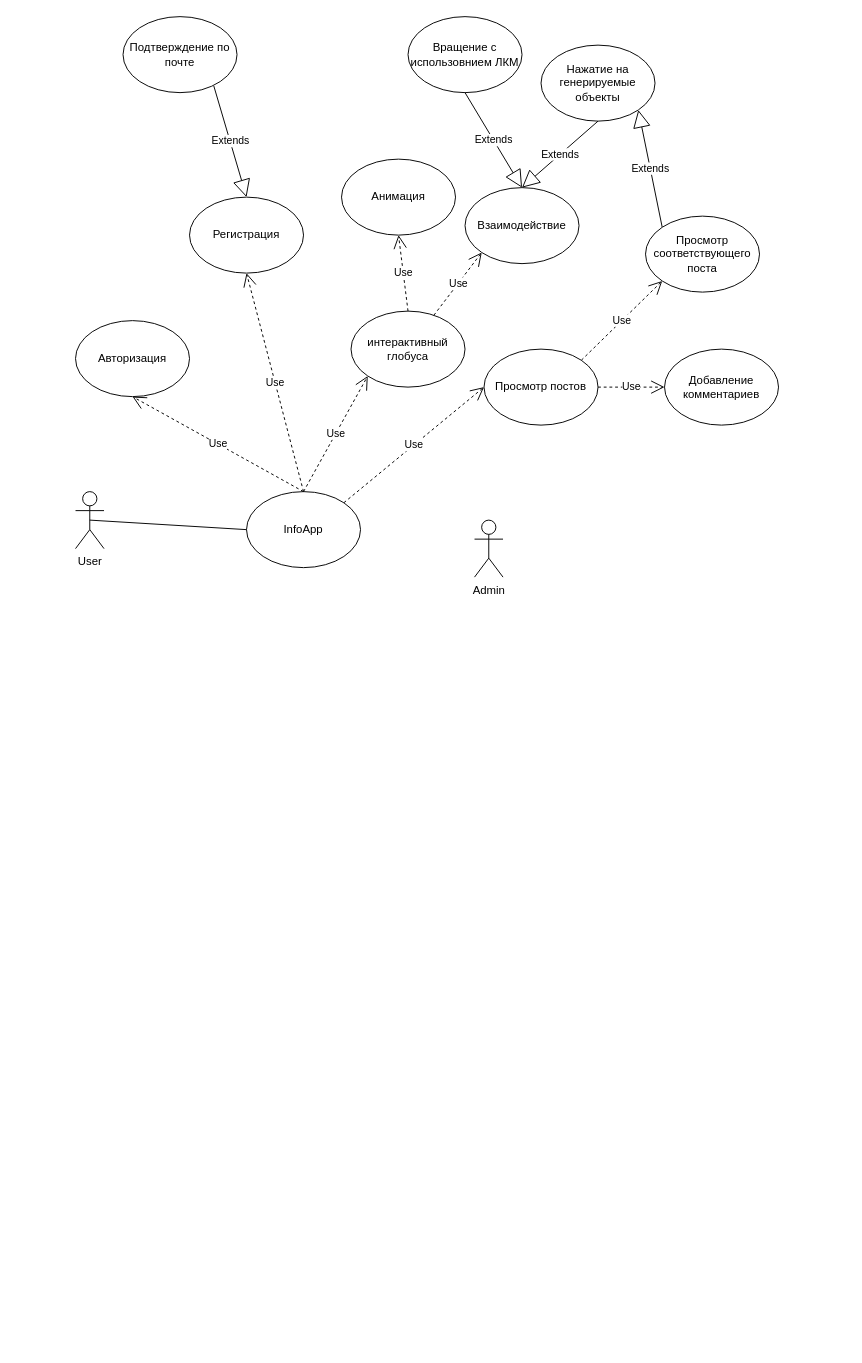
DarkReduX/Diagrams-for-projects keeps this draw.io diagram as ДВИ КПиЯП.drawio. Above is the earlier version. Source tidied: cells renumbered, new cells numbered last; positions are measured from the earlier drawing's top-left corner, leaving out a move shared by most shapes. Both pictures are drawn from the tidied source at 95%, with x=0, y=0 at pixel (75, 16).
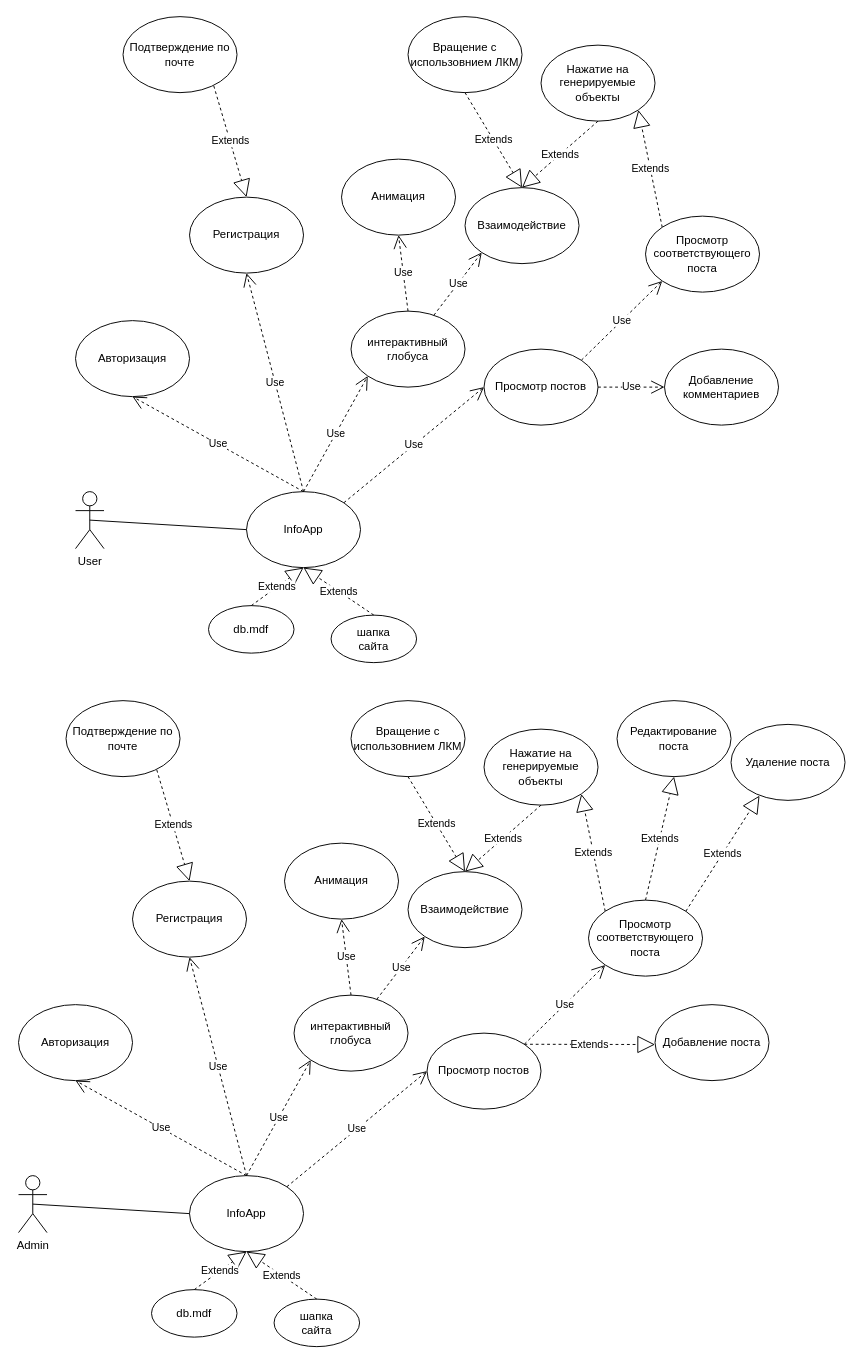
The same page after the edit.

Unchanged cells that the change refers to:
```xml
<mxCell id="3" value="InfoApp" style="ellipse;whiteSpace=wrap;html=1;" parent="1" vertex="1">
  <mxGeometry x="180" y="500" width="120" height="80" as="geometry" />
</mxCell>
<mxCell id="7" value="Регистрация" style="ellipse;whiteSpace=wrap;html=1;" parent="1" vertex="1">
  <mxGeometry x="120" y="190" width="120" height="80" as="geometry" />
</mxCell>
<mxCell id="13" value="Взаимодействие" style="ellipse;whiteSpace=wrap;html=1;" parent="1" vertex="1">
  <mxGeometry x="410" y="180" width="120" height="80" as="geometry" />
</mxCell>
<mxCell id="16" value="Вращение с использовнием ЛКМ" style="ellipse;whiteSpace=wrap;html=1;" parent="1" vertex="1">
  <mxGeometry x="350" width="120" height="80" as="geometry" />
</mxCell>
<mxCell id="17" value="Нажатие на генерируемые объекты" style="ellipse;whiteSpace=wrap;html=1;" parent="1" vertex="1">
  <mxGeometry x="490" y="30" width="120" height="80" as="geometry" />
</mxCell>
<mxCell id="20" value="Просмотр соответствующего поста" style="ellipse;whiteSpace=wrap;html=1;" parent="1" vertex="1">
  <mxGeometry x="600" y="210" width="120" height="80" as="geometry" />
</mxCell>
<mxCell id="21" value="Подтверждение по почте" style="ellipse;whiteSpace=wrap;html=1;" parent="1" vertex="1">
  <mxGeometry x="50" width="120" height="80" as="geometry" />
</mxCell>
```

The edit, as a diff of the source:
```diff
@@
-    <mxCell id="15" value="Extends" style="endArrow=block;endSize=16;endFill=0;html=1;entryX=0.5;entryY=0;entryDx=0;entryDy=0;exitX=0.5;exitY=1;exitDx=0;exitDy=0;" parent="1" edge="1" source="16" target="13">
+    <mxCell id="15" value="Extends" style="endArrow=block;endSize=16;endFill=0;html=1;entryX=0.5;entryY=0;entryDx=0;entryDy=0;exitX=0.5;exitY=1;exitDx=0;exitDy=0;dashed=1;" parent="1" edge="1" source="16" target="13">
       <mxGeometry relative="1" as="geometry" />
     </mxCell>
@@
-    <mxCell id="18" value="Extends" style="endArrow=block;endSize=16;endFill=0;html=1;entryX=0.5;entryY=0;entryDx=0;entryDy=0;exitX=0.5;exitY=1;exitDx=0;exitDy=0;" parent="1" edge="1" source="17" target="13">
+    <mxCell id="18" value="Extends" style="endArrow=block;endSize=16;endFill=0;html=1;entryX=0.5;entryY=0;entryDx=0;entryDy=0;exitX=0.5;exitY=1;exitDx=0;exitDy=0;dashed=1;" parent="1" edge="1" source="17" target="13">
       <mxGeometry relative="1" as="geometry" />
     </mxCell>
-    <mxCell id="19" value="Extends" style="endArrow=block;endSize=16;endFill=0;html=1;entryX=1;entryY=1;entryDx=0;entryDy=0;exitX=0;exitY=0;exitDx=0;exitDy=0;" parent="1" edge="1" source="20" target="17">
+    <mxCell id="19" value="Extends" style="endArrow=block;endSize=16;endFill=0;html=1;entryX=1;entryY=1;entryDx=0;entryDy=0;exitX=0;exitY=0;exitDx=0;exitDy=0;dashed=1;" parent="1" edge="1" source="20" target="17">
       <mxGeometry relative="1" as="geometry" />
     </mxCell>
@@
-    <mxCell id="22" value="Extends" style="endArrow=block;endSize=16;endFill=0;html=1;entryX=0.5;entryY=0;entryDx=0;entryDy=0;exitX=0.796;exitY=0.911;exitDx=0;exitDy=0;exitPerimeter=0;" parent="1" edge="1" source="21" target="7">
+    <mxCell id="22" value="Extends" style="endArrow=block;endSize=16;endFill=0;html=1;entryX=0.5;entryY=0;entryDx=0;entryDy=0;exitX=0.796;exitY=0.911;exitDx=0;exitDy=0;exitPerimeter=0;dashed=1;" parent="1" edge="1" source="21" target="7">
       <mxGeometry relative="1" as="geometry" />
     </mxCell>
-    <mxCell id="23" value="Admin" style="shape=umlActor;verticalLabelPosition=bottom;verticalAlign=top;html=1;" parent="1" vertex="1">
-      <mxGeometry x="420" y="530" width="30" height="60" as="geometry" />
-    </mxCell>
@@
+    <mxCell id="29" value="db.mdf" style="ellipse;whiteSpace=wrap;html=1;" parent="1" vertex="1">
+      <mxGeometry x="140" y="620" width="90" height="50" as="geometry" />
+    </mxCell>
+    <mxCell id="30" value="Extends" style="endArrow=block;endSize=16;endFill=0;html=1;exitX=0.5;exitY=0;exitDx=0;exitDy=0;dashed=1;entryX=0.5;entryY=1;entryDx=0;entryDy=0;" parent="1" edge="1" source="29" target="3">
+      <mxGeometry relative="1" as="geometry" />
+    </mxCell>
+    <mxCell id="31" value="шапка&lt;br&gt;сайта" style="ellipse;whiteSpace=wrap;html=1;" parent="1" vertex="1">
+      <mxGeometry x="269" y="630" width="90" height="50" as="geometry" />
+    </mxCell>
+    <mxCell id="32" value="Extends" style="endArrow=block;endSize=16;endFill=0;html=1;exitX=0.5;exitY=0;exitDx=0;exitDy=0;dashed=1;entryX=0.5;entryY=1;entryDx=0;entryDy=0;" parent="1" edge="1" source="31" target="3">
+      <mxGeometry relative="1" as="geometry" />
+    </mxCell>
+    <mxCell id="23" value="Admin" style="shape=umlActor;verticalLabelPosition=bottom;verticalAlign=top;html=1;outlineConnect=0;" parent="1" vertex="1">
+      <mxGeometry x="-60" y="1220" width="30" height="60" as="geometry" />
+    </mxCell>
+    <mxCell id="33" value="InfoApp" style="ellipse;whiteSpace=wrap;html=1;" parent="1" vertex="1">
+      <mxGeometry x="120" y="1220" width="120" height="80" as="geometry" />
+    </mxCell>
+    <mxCell id="34" style="endArrow=none;html=1;entryX=0;entryY=0.5;entryDx=0;entryDy=0;exitX=0.5;exitY=0.5;exitDx=0;exitDy=0;exitPerimeter=0;" parent="1" edge="1" source="23" target="33">
+      <mxGeometry relative="1" as="geometry" />
+    </mxCell>
+    <mxCell id="35" value="Use" style="endArrow=open;endSize=12;dashed=1;html=1;exitX=0.5;exitY=0;exitDx=0;exitDy=0;entryX=0.5;entryY=1;entryDx=0;entryDy=0;" parent="1" edge="1" source="33" target="36">
+      <mxGeometry relative="1" as="geometry" />
+    </mxCell>
+    <mxCell id="36" value="Авторизация&lt;br&gt;" style="ellipse;whiteSpace=wrap;html=1;" parent="1" vertex="1">
+      <mxGeometry x="-60" y="1040" width="120" height="80" as="geometry" />
+    </mxCell>
+    <mxCell id="37" value="Регистрация" style="ellipse;whiteSpace=wrap;html=1;" parent="1" vertex="1">
+      <mxGeometry x="60" y="910" width="120" height="80" as="geometry" />
+    </mxCell>
+    <mxCell id="38" value="Use" style="endArrow=open;endSize=12;dashed=1;html=1;exitX=0.5;exitY=0;exitDx=0;exitDy=0;entryX=0.5;entryY=1;entryDx=0;entryDy=0;" parent="1" edge="1" source="33" target="37">
+      <mxGeometry relative="1" as="geometry" />
+    </mxCell>
+    <mxCell id="39" value="интерактивный глобуса" style="ellipse;whiteSpace=wrap;html=1;" parent="1" vertex="1">
+      <mxGeometry x="230" y="1030" width="120" height="80" as="geometry" />
+    </mxCell>
+    <mxCell id="40" value="Use" style="endArrow=open;endSize=12;dashed=1;html=1;exitX=0.5;exitY=0;exitDx=0;exitDy=0;entryX=0;entryY=1;entryDx=0;entryDy=0;" parent="1" edge="1" source="33" target="39">
+      <mxGeometry relative="1" as="geometry" />
+    </mxCell>
+    <mxCell id="41" value="Use" style="endArrow=open;endSize=12;dashed=1;html=1;exitX=0.5;exitY=0;exitDx=0;exitDy=0;entryX=0.5;entryY=1;entryDx=0;entryDy=0;" parent="1" edge="1" source="39" target="42">
+      <mxGeometry relative="1" as="geometry" />
+    </mxCell>
+    <mxCell id="42" value="Анимация" style="ellipse;whiteSpace=wrap;html=1;" parent="1" vertex="1">
+      <mxGeometry x="220" y="870" width="120" height="80" as="geometry" />
+    </mxCell>
+    <mxCell id="43" value="Взаимодействие" style="ellipse;whiteSpace=wrap;html=1;" parent="1" vertex="1">
+      <mxGeometry x="350" y="900" width="120" height="80" as="geometry" />
+    </mxCell>
+    <mxCell id="44" value="Use" style="endArrow=open;endSize=12;dashed=1;html=1;entryX=0;entryY=1;entryDx=0;entryDy=0;" parent="1" edge="1" source="39" target="43">
+      <mxGeometry relative="1" as="geometry" />
+    </mxCell>
+    <mxCell id="45" value="Extends" style="endArrow=block;endSize=16;endFill=0;html=1;entryX=0.5;entryY=0;entryDx=0;entryDy=0;exitX=0.5;exitY=1;exitDx=0;exitDy=0;dashed=1;" parent="1" edge="1" source="46" target="43">
+      <mxGeometry relative="1" as="geometry" />
+    </mxCell>
+    <mxCell id="46" value="Вращение с использовнием ЛКМ" style="ellipse;whiteSpace=wrap;html=1;" parent="1" vertex="1">
+      <mxGeometry x="290" y="720" width="120" height="80" as="geometry" />
+    </mxCell>
+    <mxCell id="47" value="Нажатие на генерируемые объекты" style="ellipse;whiteSpace=wrap;html=1;" parent="1" vertex="1">
+      <mxGeometry x="430" y="750" width="120" height="80" as="geometry" />
+    </mxCell>
+    <mxCell id="48" value="Extends" style="endArrow=block;endSize=16;endFill=0;html=1;entryX=0.5;entryY=0;entryDx=0;entryDy=0;exitX=0.5;exitY=1;exitDx=0;exitDy=0;dashed=1;" parent="1" edge="1" source="47" target="43">
+      <mxGeometry relative="1" as="geometry" />
+    </mxCell>
+    <mxCell id="49" value="Extends" style="endArrow=block;endSize=16;endFill=0;html=1;entryX=1;entryY=1;entryDx=0;entryDy=0;exitX=0;exitY=0;exitDx=0;exitDy=0;dashed=1;" parent="1" edge="1" source="50" target="47">
+      <mxGeometry relative="1" as="geometry" />
+    </mxCell>
+    <mxCell id="50" value="Просмотр соответствующего поста" style="ellipse;whiteSpace=wrap;html=1;" parent="1" vertex="1">
+      <mxGeometry x="540" y="930" width="120" height="80" as="geometry" />
+    </mxCell>
+    <mxCell id="51" value="Подтверждение по почте" style="ellipse;whiteSpace=wrap;html=1;" parent="1" vertex="1">
+      <mxGeometry x="-10" y="720" width="120" height="80" as="geometry" />
+    </mxCell>
+    <mxCell id="52" value="Extends" style="endArrow=block;endSize=16;endFill=0;html=1;entryX=0.5;entryY=0;entryDx=0;entryDy=0;exitX=0.796;exitY=0.911;exitDx=0;exitDy=0;exitPerimeter=0;dashed=1;" parent="1" edge="1" source="51" target="37">
+      <mxGeometry relative="1" as="geometry" />
+    </mxCell>
+    <mxCell id="53" value="Просмотр постов" style="ellipse;whiteSpace=wrap;html=1;" parent="1" vertex="1">
+      <mxGeometry x="370" y="1070" width="120" height="80" as="geometry" />
+    </mxCell>
+    <mxCell id="54" value="Use" style="endArrow=open;endSize=12;dashed=1;html=1;exitX=1;exitY=0;exitDx=0;exitDy=0;entryX=0;entryY=0.5;entryDx=0;entryDy=0;" parent="1" edge="1" source="33" target="53">
+      <mxGeometry relative="1" as="geometry" />
+    </mxCell>
+    <mxCell id="55" value="Use" style="endArrow=open;endSize=12;dashed=1;html=1;exitX=1;exitY=0;exitDx=0;exitDy=0;entryX=0;entryY=1;entryDx=0;entryDy=0;" parent="1" edge="1" source="53" target="50">
+      <mxGeometry relative="1" as="geometry" />
+    </mxCell>
+    <mxCell id="56" value="db.mdf" style="ellipse;whiteSpace=wrap;html=1;" parent="1" vertex="1">
+      <mxGeometry x="80" y="1340" width="90" height="50" as="geometry" />
+    </mxCell>
+    <mxCell id="57" value="Extends" style="endArrow=block;endSize=16;endFill=0;html=1;exitX=0.5;exitY=0;exitDx=0;exitDy=0;dashed=1;entryX=0.5;entryY=1;entryDx=0;entryDy=0;" parent="1" edge="1" source="56" target="33">
+      <mxGeometry relative="1" as="geometry" />
+    </mxCell>
+    <mxCell id="58" value="шапка&lt;br&gt;сайта" style="ellipse;whiteSpace=wrap;html=1;" parent="1" vertex="1">
+      <mxGeometry x="209" y="1350" width="90" height="50" as="geometry" />
+    </mxCell>
+    <mxCell id="59" value="Extends" style="endArrow=block;endSize=16;endFill=0;html=1;exitX=0.5;exitY=0;exitDx=0;exitDy=0;dashed=1;entryX=0.5;entryY=1;entryDx=0;entryDy=0;" parent="1" edge="1" source="58" target="33">
+      <mxGeometry relative="1" as="geometry" />
+    </mxCell>
+    <mxCell id="60" value="Extends" style="endArrow=block;endSize=16;endFill=0;html=1;exitX=0.5;exitY=0;exitDx=0;exitDy=0;dashed=1;entryX=0.5;entryY=1;entryDx=0;entryDy=0;" parent="1" edge="1" source="50" target="61">
+      <mxGeometry relative="1" as="geometry" />
+    </mxCell>
+    <mxCell id="61" value="Редактирование поста" style="ellipse;whiteSpace=wrap;html=1;" parent="1" vertex="1">
+      <mxGeometry x="570" y="720" width="120" height="80" as="geometry" />
+    </mxCell>
+    <mxCell id="62" value="Extends" style="endArrow=block;endSize=16;endFill=0;html=1;exitX=1;exitY=0;exitDx=0;exitDy=0;dashed=1;" parent="1" edge="1" source="53">
+      <mxGeometry relative="1" as="geometry">
+        <mxPoint x="610" y="1082" as="targetPoint" />
+      </mxGeometry>
+    </mxCell>
+    <mxCell id="63" value="Extends" style="endArrow=block;endSize=16;endFill=0;html=1;exitX=1;exitY=0;exitDx=0;exitDy=0;dashed=1;" parent="1" edge="1" source="50">
+      <mxGeometry relative="1" as="geometry">
+        <mxPoint x="720" y="820" as="targetPoint" />
+      </mxGeometry>
+    </mxCell>
+    <mxCell id="64" value="Удаление поста" style="ellipse;whiteSpace=wrap;html=1;" parent="1" vertex="1">
+      <mxGeometry x="690" y="745" width="120" height="80" as="geometry" />
+    </mxCell>
+    <mxCell id="65" value="Добавление поста" style="ellipse;whiteSpace=wrap;html=1;" parent="1" vertex="1">
+      <mxGeometry x="610" y="1040" width="120" height="80" as="geometry" />
+    </mxCell>
```
